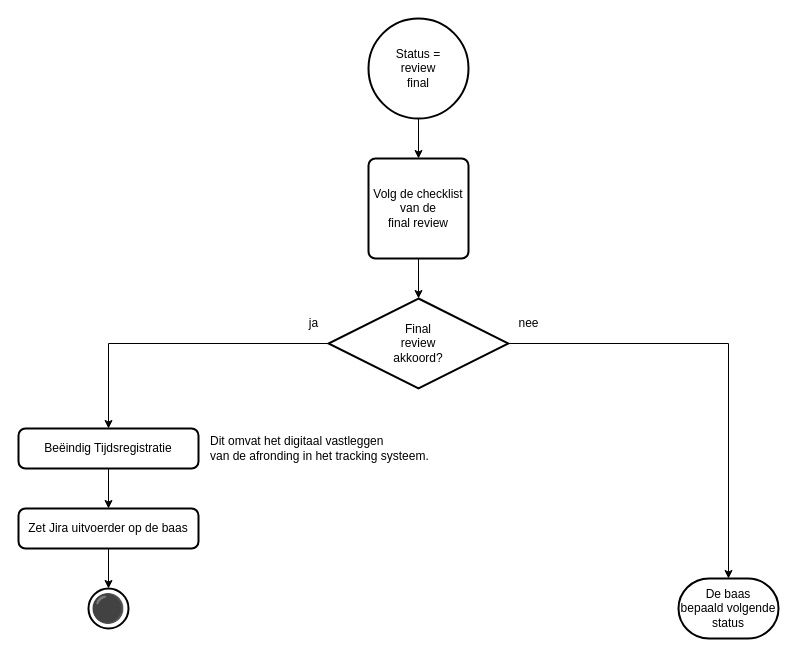
Zaibatsu89/IssueTracker keeps this draw.io diagram as 3 Issue Tracker review.drawio. Above is the earlier version. Source tidied: cells renumbered, new cells numbered last; positions are measured from the earlier drawing's top-left corner, leaving out a move shared by most shapes. Both pictures are drawn from the tidied source at 100%, with x=0, y=0 at pixel (18, 18).
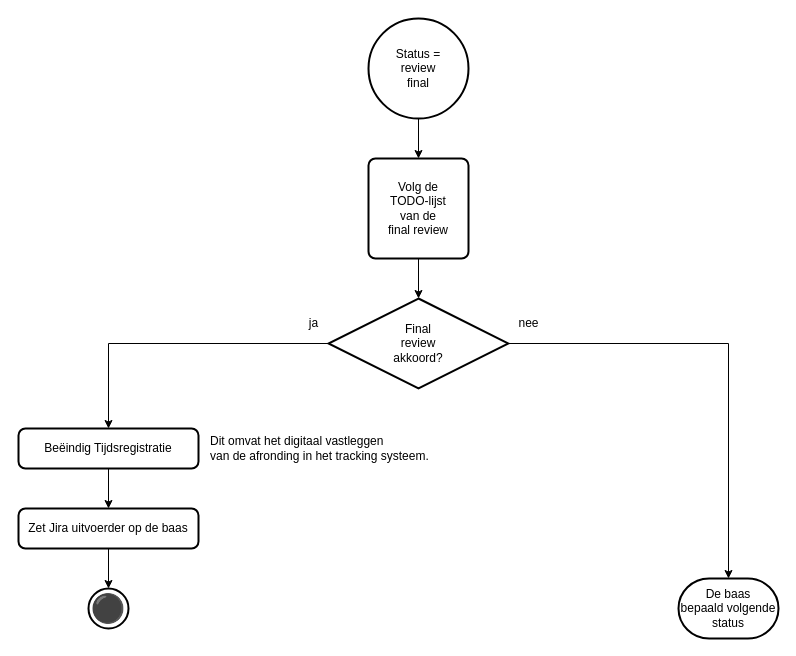
After the change.

The edit, as a diff of the source:
```diff
@@
 <mxGraphModel>
   <root>
     <mxCell id="0" />
     <mxCell id="1" parent="0" />
     <mxCell id="2" style="edgeStyle=orthogonalEdgeStyle;rounded=0;jettySize=auto;html=1;" parent="1" edge="1" source="3" target="17">
       <mxGeometry relative="1" as="geometry" />
     </mxCell>
     <mxCell id="3" value="Status =&lt;br&gt;review&lt;br&gt;final" style="strokeWidth=2;html=1;shape=mxgraph.flowchart.start_2;whiteSpace=wrap;" parent="1" vertex="1">
       <mxGeometry x="350" width="100" height="100" as="geometry" />
     </mxCell>
     <mxCell id="4" style="edgeStyle=orthogonalEdgeStyle;rounded=0;jettySize=auto;html=1;" parent="1" edge="1" source="5" target="8">
       <mxGeometry relative="1" as="geometry" />
     </mxCell>
     <mxCell id="5" value="Beëindig Tijdsregistratie" style="rounded=1;whiteSpace=wrap;html=1;absoluteArcSize=1;arcSize=14;strokeWidth=2;" parent="1" vertex="1">
       <mxGeometry y="410" width="180" height="40" as="geometry" />
     </mxCell>
     <mxCell id="6" value="⚫" style="strokeWidth=2;html=1;shape=mxgraph.flowchart.start_2;whiteSpace=wrap;fontSize=28;" parent="1" vertex="1">
       <mxGeometry x="70" y="570" width="40" height="40" as="geometry" />
     </mxCell>
     <mxCell id="7" style="edgeStyle=orthogonalEdgeStyle;rounded=0;jettySize=auto;html=1;" parent="1" edge="1" source="8" target="6">
       <mxGeometry relative="1" as="geometry" />
     </mxCell>
     <mxCell id="8" value="Zet Jira uitvoerder op de baas" style="rounded=1;whiteSpace=wrap;html=1;absoluteArcSize=1;arcSize=14;strokeWidth=2;" parent="1" vertex="1">
       <mxGeometry y="490" width="180" height="40" as="geometry" />
     </mxCell>
     <mxCell id="9" style="edgeStyle=orthogonalEdgeStyle;rounded=0;jettySize=auto;html=1;exitX=1;exitY=0.5;exitDx=0;exitDy=0;exitPerimeter=0;entryX=0.5;entryY=0;entryDx=0;entryDy=0;entryPerimeter=0;" parent="1" edge="1" source="11" target="15">
       <mxGeometry relative="1" as="geometry" />
     </mxCell>
     <mxCell id="10" style="edgeStyle=orthogonalEdgeStyle;rounded=0;jettySize=auto;html=1;entryX=0.5;entryY=0;entryDx=0;entryDy=0;" parent="1" edge="1" source="11" target="5">
       <mxGeometry relative="1" as="geometry" />
     </mxCell>
     <mxCell id="11" value="Final&lt;br&gt;review&lt;br&gt;akkoord?" style="strokeWidth=2;html=1;shape=mxgraph.flowchart.decision;whiteSpace=wrap;" parent="1" vertex="1">
       <mxGeometry x="310" y="280" width="180" height="90" as="geometry" />
     </mxCell>
     <mxCell id="12" value="nee" style="text;html=1;align=center;verticalAlign=middle;strokeColor=none;fillColor=none;" parent="1" vertex="1">
       <mxGeometry x="490" y="290" width="40" height="30" as="geometry" />
     </mxCell>
     <mxCell id="13" value="ja" style="text;html=1;align=center;verticalAlign=middle;strokeColor=none;fillColor=none;" parent="1" vertex="1">
       <mxGeometry x="280" y="290" width="30" height="30" as="geometry" />
     </mxCell>
     <mxCell id="14" value="Dit omvat het digitaal vastleggen&lt;br&gt;van de afronding in het tracking systeem." style="text;html=1;align=left;verticalAlign=middle;strokeColor=none;fillColor=none;" parent="1" vertex="1">
       <mxGeometry x="190" y="415" width="270" height="30" as="geometry" />
     </mxCell>
     <mxCell id="15" value="De baas&lt;br&gt;bepaald volgende&lt;br&gt;status" style="strokeWidth=2;html=1;shape=mxgraph.flowchart.terminator;whiteSpace=wrap;" parent="1" vertex="1">
       <mxGeometry x="660" y="560" width="100" height="60" as="geometry" />
     </mxCell>
     <mxCell id="16" style="edgeStyle=orthogonalEdgeStyle;rounded=0;jettySize=auto;html=1;" parent="1" edge="1" source="17" target="11">
       <mxGeometry relative="1" as="geometry" />
     </mxCell>
-    <mxCell id="17" value="Volg de checklist&lt;br&gt;van de&lt;br&gt;final review" style="rounded=1;whiteSpace=wrap;html=1;absoluteArcSize=1;arcSize=14;strokeWidth=2;" parent="1" vertex="1">
+    <mxCell id="17" value="Volg de&lt;br&gt;TODO-lijst&lt;br&gt;van de&lt;br&gt;final review" style="rounded=1;whiteSpace=wrap;html=1;absoluteArcSize=1;arcSize=14;strokeWidth=2;" parent="1" vertex="1">
       <mxGeometry x="350" y="140" width="100" height="100" as="geometry" />
     </mxCell>
   </root>
 </mxGraphModel>
```
